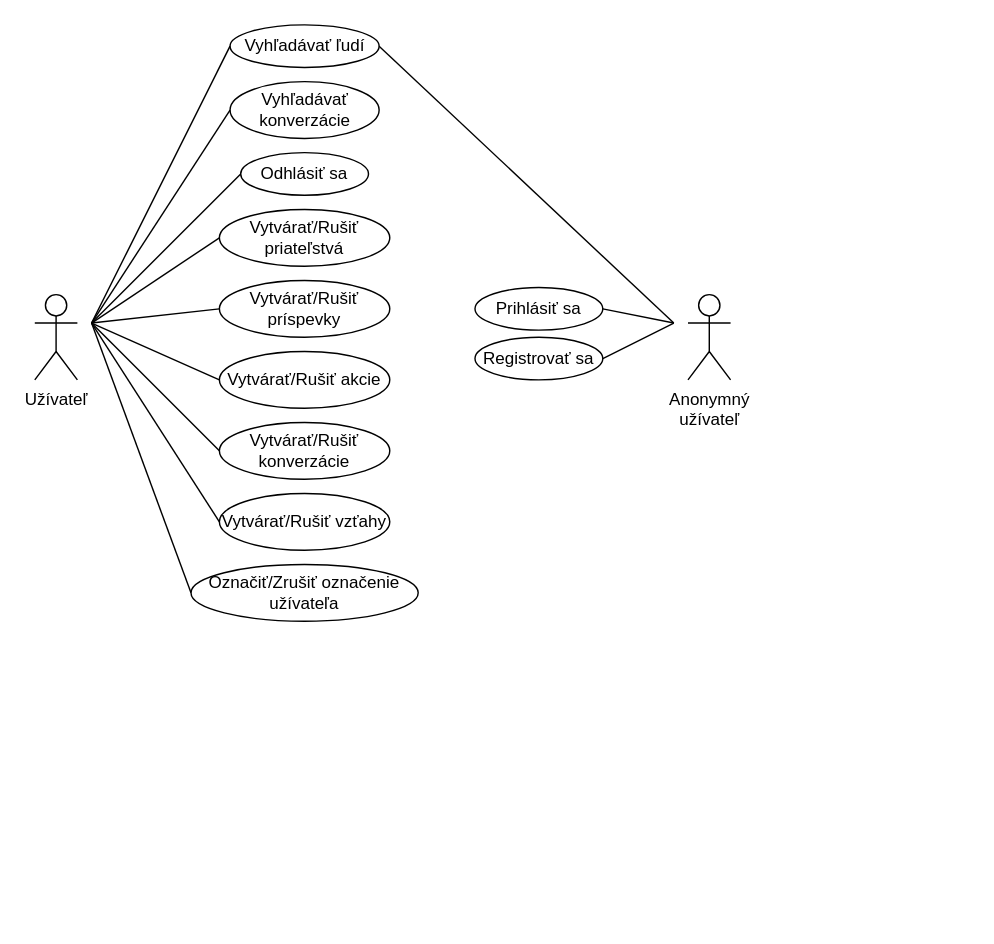
Earlier version of the draw.io diagram UseCaseDiagram.drawio.xml (BockajAndrej/IUS_project_1). Source tidied: cells renumbered, new cells numbered last; positions are measured from the earlier drawing's top-left corner, leaving out a move shared by most shapes. Both pictures are drawn from the tidied source at 142%, with x=0, y=0 at pixel (34, 24).
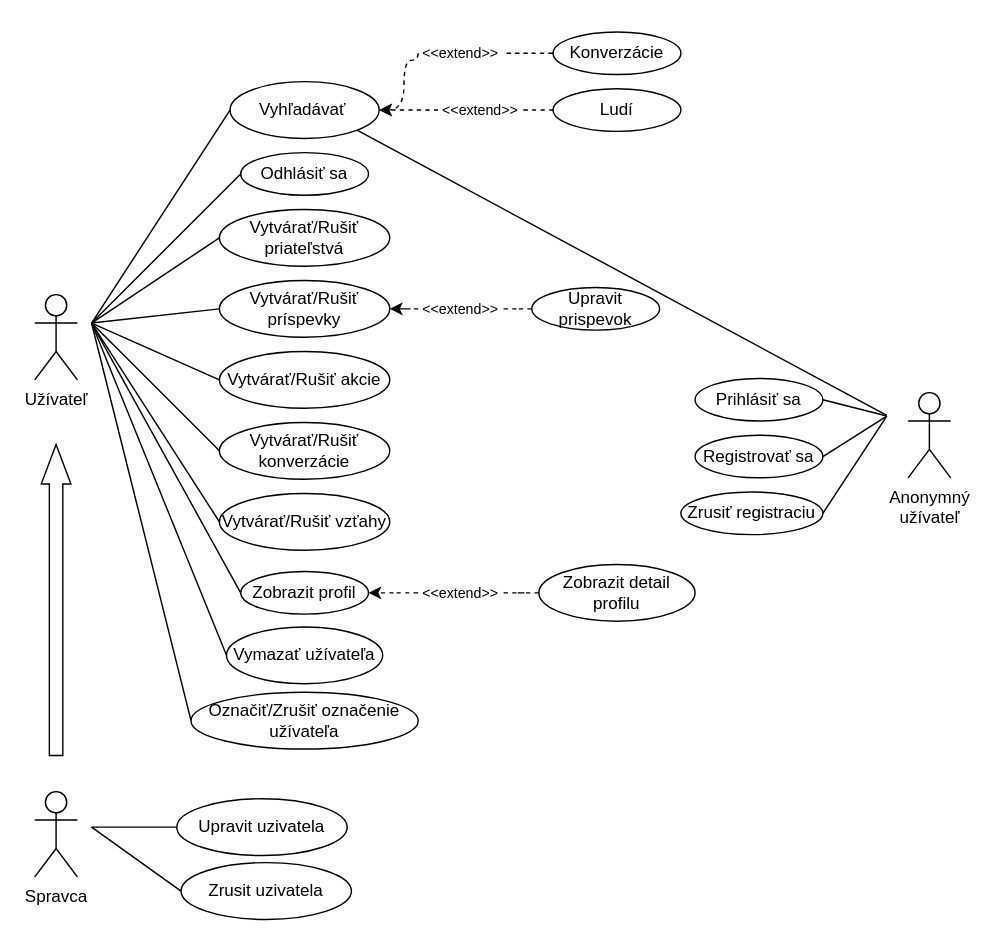
Above is the later version.

What changed in the source:
```diff
@@
-    <mxCell id="0" />
-    <mxCell id="1" parent="0" />
+    <mxCell id="27" />
+    <mxCell id="28" parent="27" />
-    <mxCell id="2" value="Užívateľ" style="shape=umlActor;verticalLabelPosition=bottom;verticalAlign=top;html=1;" parent="1" vertex="1">
+    <mxCell id="2" value="Užívateľ" style="shape=umlActor;verticalLabelPosition=bottom;verticalAlign=top;html=1;" parent="28" vertex="1">
       <mxGeometry y="190" width="30" height="60" as="geometry" />
     </mxCell>
-    <mxCell id="3" value="Vytvárať/Rušiť priateľstvá" style="ellipse;whiteSpace=wrap;html=1;" parent="1" vertex="1">
+    <mxCell id="3" value="Vytvárať/Rušiť priateľstvá" style="ellipse;whiteSpace=wrap;html=1;" parent="28" vertex="1">
       <mxGeometry x="130" y="130" width="120" height="40" as="geometry" />
     </mxCell>
-    <mxCell id="4" value="Vytvárať/Rušiť príspevky" style="ellipse;whiteSpace=wrap;html=1;" parent="1" vertex="1">
+    <mxCell id="4" value="Vytvárať/Rušiť príspevky" style="ellipse;whiteSpace=wrap;html=1;" parent="28" vertex="1">
       <mxGeometry x="130" y="180" width="120" height="40" as="geometry" />
     </mxCell>
-    <mxCell id="5" value="Vytvárať/Rušiť akcie" style="ellipse;whiteSpace=wrap;html=1;" parent="1" vertex="1">
+    <mxCell id="5" value="Vytvárať/Rušiť akcie" style="ellipse;whiteSpace=wrap;html=1;" parent="28" vertex="1">
       <mxGeometry x="130" y="230" width="120" height="40" as="geometry" />
     </mxCell>
-    <mxCell id="6" value="Vytvárať/Rušiť konverzácie" style="ellipse;whiteSpace=wrap;html=1;" parent="1" vertex="1">
+    <mxCell id="6" value="Vytvárať/Rušiť konverzácie" style="ellipse;whiteSpace=wrap;html=1;" parent="28" vertex="1">
       <mxGeometry x="130" y="280" width="120" height="40" as="geometry" />
     </mxCell>
-    <mxCell id="7" value="Vytvárať/Rušiť vzťahy" style="ellipse;whiteSpace=wrap;html=1;" parent="1" vertex="1">
+    <mxCell id="7" value="Vytvárať/Rušiť vzťahy" style="ellipse;whiteSpace=wrap;html=1;" parent="28" vertex="1">
       <mxGeometry x="130" y="330" width="120" height="40" as="geometry" />
     </mxCell>
-    <mxCell id="8" value="Označiť/Zrušiť označenie užívateľa" style="ellipse;whiteSpace=wrap;html=1;" parent="1" vertex="1">
-      <mxGeometry x="110" y="380" width="160" height="40" as="geometry" />
+    <mxCell id="8" value="Označiť/Zrušiť označenie užívateľa" style="ellipse;whiteSpace=wrap;html=1;" parent="28" vertex="1">
+      <mxGeometry x="110" y="470" width="160" height="40" as="geometry" />
     </mxCell>
-    <mxCell id="9" value="Anonymný &lt;br&gt;užívateľ" style="shape=umlActor;verticalLabelPosition=bottom;verticalAlign=top;html=1;" parent="1" vertex="1">
-      <mxGeometry x="460" y="190" width="30" height="60" as="geometry" />
+    <mxCell id="9" value="Anonymný &lt;br&gt;užívateľ" style="shape=umlActor;verticalLabelPosition=bottom;verticalAlign=top;html=1;" parent="28" vertex="1">
+      <mxGeometry x="615" y="259" width="30" height="60" as="geometry" />
     </mxCell>
-    <mxCell id="10" value="Odhlásiť sa" style="ellipse;whiteSpace=wrap;html=1;" parent="1" vertex="1">
+    <mxCell id="10" value="Odhlásiť sa" style="ellipse;whiteSpace=wrap;html=1;" parent="28" vertex="1">
       <mxGeometry x="145" y="90" width="90" height="30" as="geometry" />
     </mxCell>
-    <mxCell id="11" value="Prihlásiť sa" style="ellipse;whiteSpace=wrap;html=1;" parent="1" vertex="1">
-      <mxGeometry x="310" y="185" width="90" height="30" as="geometry" />
+    <mxCell id="11" value="Prihlásiť sa" style="ellipse;whiteSpace=wrap;html=1;" parent="28" vertex="1">
+      <mxGeometry x="465" y="249" width="90" height="30" as="geometry" />
     </mxCell>
-    <mxCell id="12" value="Registrovať sa" style="ellipse;whiteSpace=wrap;html=1;" parent="1" vertex="1">
-      <mxGeometry x="310" y="220" width="90" height="30" as="geometry" />
+    <mxCell id="12" value="Registrovať sa" style="ellipse;whiteSpace=wrap;html=1;" parent="28" vertex="1">
+      <mxGeometry x="465" y="289" width="90" height="30" as="geometry" />
     </mxCell>
-    <mxCell id="13" value="Vyhľadávať ľudí" style="ellipse;whiteSpace=wrap;html=1;" parent="1" vertex="1">
-      <mxGeometry x="137.5" width="105" height="30" as="geometry" />
-    </mxCell>
-    <mxCell id="14" value="Vyhľadávať konverzácie" style="ellipse;whiteSpace=wrap;html=1;" parent="1" vertex="1">
-      <mxGeometry x="137.5" y="40" width="105" height="40" as="geometry" />
-    </mxCell>
-    <mxCell id="15" style="endArrow=none;html=1;rounded=0;entryX=0;entryY=0.5;entryDx=0;entryDy=0;" parent="1" edge="1" target="13">
-      <mxGeometry relative="1" as="geometry">
-        <mxPoint x="40" y="210" as="sourcePoint" />
-      </mxGeometry>
-    </mxCell>
-    <mxCell id="16" style="endArrow=none;html=1;rounded=0;entryX=0;entryY=0.5;entryDx=0;entryDy=0;" parent="1" edge="1" target="14">
-      <mxGeometry relative="1" as="geometry">
-        <mxPoint x="40" y="210" as="sourcePoint" />
-      </mxGeometry>
-    </mxCell>
-    <mxCell id="17" style="endArrow=none;html=1;rounded=0;entryX=0;entryY=0.5;entryDx=0;entryDy=0;" parent="1" edge="1" target="10">
-      <mxGeometry relative="1" as="geometry">
-        <mxPoint x="40" y="210" as="sourcePoint" />
-      </mxGeometry>
-    </mxCell>
-    <mxCell id="18" style="endArrow=none;html=1;rounded=0;entryX=0;entryY=0.5;entryDx=0;entryDy=0;" parent="1" edge="1" target="3">
-      <mxGeometry relative="1" as="geometry">
-        <mxPoint x="40" y="210" as="sourcePoint" />
-      </mxGeometry>
-    </mxCell>
-    <mxCell id="19" style="endArrow=none;html=1;rounded=0;entryX=0;entryY=0.5;entryDx=0;entryDy=0;" parent="1" edge="1" target="4">
-      <mxGeometry relative="1" as="geometry">
-        <mxPoint x="40" y="210" as="sourcePoint" />
-      </mxGeometry>
-    </mxCell>
-    <mxCell id="20" style="endArrow=none;html=1;rounded=0;entryX=0;entryY=0.5;entryDx=0;entryDy=0;" parent="1" edge="1" target="5">
-      <mxGeometry relative="1" as="geometry">
-        <mxPoint x="40" y="210" as="sourcePoint" />
-      </mxGeometry>
-    </mxCell>
-    <mxCell id="21" style="endArrow=none;html=1;rounded=0;entryX=0;entryY=0.5;entryDx=0;entryDy=0;" parent="1" edge="1" target="6">
-      <mxGeometry relative="1" as="geometry">
-        <mxPoint x="40" y="210" as="sourcePoint" />
-      </mxGeometry>
-    </mxCell>
-    <mxCell id="22" style="endArrow=none;html=1;rounded=0;entryX=0;entryY=0.5;entryDx=0;entryDy=0;" parent="1" edge="1" target="7">
-      <mxGeometry relative="1" as="geometry">
-        <mxPoint x="40" y="210" as="sourcePoint" />
-      </mxGeometry>
-    </mxCell>
-    <mxCell id="23" style="endArrow=none;html=1;rounded=0;entryX=0;entryY=0.5;entryDx=0;entryDy=0;" parent="1" edge="1" target="8">
-      <mxGeometry relative="1" as="geometry">
-        <mxPoint x="40" y="210" as="sourcePoint" />
-      </mxGeometry>
-    </mxCell>
-    <mxCell id="24" style="endArrow=none;html=1;rounded=0;exitX=1;exitY=0.5;exitDx=0;exitDy=0;" parent="1" edge="1" source="11">
-      <mxGeometry relative="1" as="geometry">
-        <mxPoint x="450" y="210" as="targetPoint" />
-      </mxGeometry>
-    </mxCell>
-    <mxCell id="25" style="endArrow=none;html=1;rounded=0;exitX=1;exitY=0.5;exitDx=0;exitDy=0;" parent="1" edge="1" source="12">
-      <mxGeometry relative="1" as="geometry">
-        <mxPoint x="450" y="210" as="targetPoint" />
-      </mxGeometry>
-    </mxCell>
-    <mxCell id="26" style="endArrow=none;html=1;rounded=0;exitX=1;exitY=0.5;exitDx=0;exitDy=0;" parent="1" edge="1" source="13">
-      <mxGeometry relative="1" as="geometry">
-        <mxPoint x="450" y="210" as="targetPoint" />
-      </mxGeometry>
-    </mxCell>
+    <mxCell id="29" value="Vyhľadávať&amp;nbsp;" style="ellipse;whiteSpace=wrap;html=1;" parent="28" vertex="1">
+      <mxGeometry x="137.5" y="40" width="105" height="40" as="geometry" />
+    </mxCell>
+    <mxCell id="30" style="endArrow=none;html=1;rounded=0;entryX=0;entryY=0.5;entryDx=0;entryDy=0;" parent="28" edge="1" target="29">
+      <mxGeometry relative="1" as="geometry">
+        <mxPoint x="40" y="210" as="sourcePoint" />
+      </mxGeometry>
+    </mxCell>
+    <mxCell id="31" style="endArrow=none;html=1;rounded=0;entryX=0;entryY=0.5;entryDx=0;entryDy=0;" parent="28" edge="1" target="10">
+      <mxGeometry relative="1" as="geometry">
+        <mxPoint x="40" y="210" as="sourcePoint" />
+      </mxGeometry>
+    </mxCell>
+    <mxCell id="32" style="endArrow=none;html=1;rounded=0;entryX=0;entryY=0.5;entryDx=0;entryDy=0;" parent="28" edge="1" target="3">
+      <mxGeometry relative="1" as="geometry">
+        <mxPoint x="40" y="210" as="sourcePoint" />
+      </mxGeometry>
+    </mxCell>
+    <mxCell id="33" style="endArrow=none;html=1;rounded=0;entryX=0;entryY=0.5;entryDx=0;entryDy=0;" parent="28" edge="1" target="4">
+      <mxGeometry relative="1" as="geometry">
+        <mxPoint x="40" y="210" as="sourcePoint" />
+      </mxGeometry>
+    </mxCell>
+    <mxCell id="34" style="endArrow=none;html=1;rounded=0;entryX=0;entryY=0.5;entryDx=0;entryDy=0;" parent="28" edge="1" target="5">
+      <mxGeometry relative="1" as="geometry">
+        <mxPoint x="40" y="210" as="sourcePoint" />
+      </mxGeometry>
+    </mxCell>
+    <mxCell id="35" style="endArrow=none;html=1;rounded=0;entryX=0;entryY=0.5;entryDx=0;entryDy=0;" parent="28" edge="1" target="6">
+      <mxGeometry relative="1" as="geometry">
+        <mxPoint x="40" y="210" as="sourcePoint" />
+      </mxGeometry>
+    </mxCell>
+    <mxCell id="36" style="endArrow=none;html=1;rounded=0;entryX=0;entryY=0.5;entryDx=0;entryDy=0;" parent="28" edge="1" target="7">
+      <mxGeometry relative="1" as="geometry">
+        <mxPoint x="40" y="210" as="sourcePoint" />
+      </mxGeometry>
+    </mxCell>
+    <mxCell id="37" style="endArrow=none;html=1;rounded=0;entryX=0;entryY=0.5;entryDx=0;entryDy=0;" parent="28" edge="1" target="8">
+      <mxGeometry relative="1" as="geometry">
+        <mxPoint x="40" y="210" as="sourcePoint" />
+      </mxGeometry>
+    </mxCell>
+    <mxCell id="38" style="endArrow=none;html=1;rounded=0;exitX=1;exitY=0.5;exitDx=0;exitDy=0;" parent="28" edge="1" source="11">
+      <mxGeometry relative="1" as="geometry">
+        <mxPoint x="600" y="275.5" as="targetPoint" />
+      </mxGeometry>
+    </mxCell>
+    <mxCell id="39" style="endArrow=none;html=1;rounded=0;exitX=1;exitY=0.5;exitDx=0;exitDy=0;" parent="28" edge="1" source="12">
+      <mxGeometry relative="1" as="geometry">
+        <mxPoint x="600" y="275.5" as="targetPoint" />
+      </mxGeometry>
+    </mxCell>
+    <mxCell id="40" style="rounded=0;jettySize=auto;html=1;exitX=1;exitY=0.5;exitDx=0;exitDy=0;endArrow=none;endFill=0;" parent="28" edge="1" source="41">
+      <mxGeometry relative="1" as="geometry">
+        <mxPoint x="600" y="275.5" as="targetPoint" />
+      </mxGeometry>
+    </mxCell>
+    <mxCell id="41" value="Zrusiť registraciu" style="ellipse;whiteSpace=wrap;html=1;" parent="28" vertex="1">
+      <mxGeometry x="455" y="329" width="100" height="30" as="geometry" />
+    </mxCell>
+    <mxCell id="42" style="rounded=0;jettySize=auto;html=1;endArrow=none;endFill=0;exitX=0;exitY=0.5;exitDx=0;exitDy=0;" parent="28" edge="1" source="43">
+      <mxGeometry relative="1" as="geometry">
+        <mxPoint x="40" y="210" as="targetPoint" />
+      </mxGeometry>
+    </mxCell>
+    <mxCell id="43" value="Vymazať užívateľa" style="ellipse;whiteSpace=wrap;html=1;" parent="28" vertex="1">
+      <mxGeometry x="135" y="424" width="110" height="40" as="geometry" />
+    </mxCell>
+    <mxCell id="44" style="edgeStyle=orthogonalEdgeStyle;rounded=0;jettySize=auto;html=1;entryX=1;entryY=0.5;entryDx=0;entryDy=0;curved=1;dashed=1;exitX=0;exitY=0.5;exitDx=0;exitDy=0;" parent="28" edge="1" source="59" target="29">
+      <mxGeometry relative="1" as="geometry">
+        <Array as="points">
+          <mxPoint x="260" y="25" />
+          <mxPoint x="260" y="60" />
+        </Array>
+      </mxGeometry>
+    </mxCell>
+    <mxCell id="45" value="Konverzácie" style="ellipse;whiteSpace=wrap;html=1;" parent="28" vertex="1">
+      <mxGeometry x="365" y="5" width="90" height="30" as="geometry" />
+    </mxCell>
+    <mxCell id="46" style="edgeStyle=orthogonalEdgeStyle;rounded=0;jettySize=auto;html=1;exitX=0;exitY=0.5;exitDx=0;exitDy=0;entryX=1;entryY=0.5;entryDx=0;entryDy=0;curved=1;dashed=1;" parent="28" edge="1" source="57" target="29">
+      <mxGeometry relative="1" as="geometry">
+        <Array as="points">
+          <mxPoint x="270" y="60" />
+          <mxPoint x="270" y="60" />
+        </Array>
+      </mxGeometry>
+    </mxCell>
+    <mxCell id="47" value="Ludí" style="ellipse;whiteSpace=wrap;html=1;" parent="28" vertex="1">
+      <mxGeometry x="365" y="45" width="90" height="30" as="geometry" />
+    </mxCell>
+    <mxCell id="48" style="edgeStyle=orthogonalEdgeStyle;rounded=0;jettySize=auto;html=1;entryX=1;entryY=0.5;entryDx=0;entryDy=0;curved=1;dashed=1;" parent="28" edge="1" source="55" target="4">
+      <mxGeometry relative="1" as="geometry" />
+    </mxCell>
+    <mxCell id="49" value="Upravit prispevok" style="ellipse;whiteSpace=wrap;html=1;" parent="28" vertex="1">
+      <mxGeometry x="350" y="185" width="90" height="30" as="geometry" />
+    </mxCell>
+    <mxCell id="50" style="rounded=0;jettySize=auto;html=1;endArrow=none;endFill=0;exitX=0;exitY=0.5;exitDx=0;exitDy=0;" parent="28" edge="1" source="51">
+      <mxGeometry relative="1" as="geometry">
+        <mxPoint x="40" y="210" as="targetPoint" />
+      </mxGeometry>
+    </mxCell>
+    <mxCell id="51" value="Zobrazit profil" style="ellipse;whiteSpace=wrap;html=1;" parent="28" vertex="1">
+      <mxGeometry x="145" y="385" width="90" height="30" as="geometry" />
+    </mxCell>
+    <mxCell id="52" style="edgeStyle=orthogonalEdgeStyle;rounded=0;jettySize=auto;html=1;entryX=1;entryY=0.5;entryDx=0;entryDy=0;curved=1;dashed=1;" parent="28" edge="1" source="65" target="51">
+      <mxGeometry relative="1" as="geometry" />
+    </mxCell>
+    <mxCell id="53" value="Zobrazit detail profilu" style="ellipse;whiteSpace=wrap;html=1;" parent="28" vertex="1">
+      <mxGeometry x="355" y="380" width="110" height="40" as="geometry" />
+    </mxCell>
+    <mxCell id="54" style="edgeStyle=orthogonalEdgeStyle;rounded=0;jettySize=auto;html=1;entryX=1;entryY=0.5;entryDx=0;entryDy=0;curved=1;dashed=1;endArrow=none;endFill=0;" parent="28" edge="1" source="49" target="55">
+      <mxGeometry relative="1" as="geometry" />
+    </mxCell>
+    <mxCell id="55" value="&amp;lt;&amp;lt;extend&amp;gt;&amp;gt;" style="text;strokeColor=none;align=center;fillColor=none;html=1;verticalAlign=middle;whiteSpace=wrap;rounded=0;fontSize=10;" parent="28" vertex="1">
+      <mxGeometry x="270" y="185" width="60" height="30" as="geometry" />
+    </mxCell>
+    <mxCell id="56" style="edgeStyle=orthogonalEdgeStyle;rounded=0;jettySize=auto;html=1;exitX=0;exitY=0.5;exitDx=0;exitDy=0;entryX=1;entryY=0.5;entryDx=0;entryDy=0;curved=1;dashed=1;endArrow=none;endFill=0;" parent="28" edge="1" source="47" target="57">
+      <mxGeometry relative="1" as="geometry" />
+    </mxCell>
+    <mxCell id="57" value="&amp;lt;&amp;lt;extend&amp;gt;&amp;gt;" style="text;strokeColor=none;align=center;fillColor=none;html=1;verticalAlign=middle;whiteSpace=wrap;rounded=0;fontSize=10;" parent="28" vertex="1">
+      <mxGeometry x="284" y="45" width="60" height="30" as="geometry" />
+    </mxCell>
+    <mxCell id="58" style="edgeStyle=orthogonalEdgeStyle;rounded=0;jettySize=auto;html=1;entryX=1;entryY=0.5;entryDx=0;entryDy=0;curved=1;dashed=1;endArrow=none;endFill=0;" parent="28" edge="1" source="45" target="59">
+      <mxGeometry relative="1" as="geometry" />
+    </mxCell>
+    <mxCell id="59" value="&amp;lt;&amp;lt;extend&amp;gt;&amp;gt;" style="text;strokeColor=none;align=center;fillColor=none;html=1;verticalAlign=middle;whiteSpace=wrap;rounded=0;fontSize=10;" parent="28" vertex="1">
+      <mxGeometry x="270" y="5" width="60" height="30" as="geometry" />
+    </mxCell>
+    <mxCell id="60" value="Spravca" style="shape=umlActor;verticalLabelPosition=bottom;verticalAlign=top;html=1;" parent="28" vertex="1">
+      <mxGeometry y="540" width="30" height="60" as="geometry" />
+    </mxCell>
+    <mxCell id="61" value="Upravit uzivatela" style="ellipse;whiteSpace=wrap;html=1;" parent="28" vertex="1">
+      <mxGeometry x="100" y="545" width="120" height="40" as="geometry" />
+    </mxCell>
+    <mxCell id="62" value="Zrusit uzivatela" style="ellipse;whiteSpace=wrap;html=1;" parent="28" vertex="1">
+      <mxGeometry x="103" y="590" width="120" height="40" as="geometry" />
+    </mxCell>
+    <mxCell id="63" style="shape=flexArrow;endArrow=classic;html=1;rounded=0;width=9.473684210526315;endSize=8.948936170212766;endWidth=10.436730123180292;" parent="28" edge="1">
+      <mxGeometry relative="1" as="geometry">
+        <mxPoint x="15" y="515" as="sourcePoint" />
+        <mxPoint x="15" y="295" as="targetPoint" />
+      </mxGeometry>
+    </mxCell>
+    <mxCell id="64" style="edgeStyle=orthogonalEdgeStyle;rounded=0;jettySize=auto;html=1;entryX=1;entryY=0.5;entryDx=0;entryDy=0;curved=1;dashed=1;endArrow=none;endFill=0;" parent="28" edge="1" source="53" target="65">
+      <mxGeometry relative="1" as="geometry" />
+    </mxCell>
+    <mxCell id="65" value="&amp;lt;&amp;lt;extend&amp;gt;&amp;gt;" style="text;strokeColor=none;align=center;fillColor=none;html=1;verticalAlign=middle;whiteSpace=wrap;rounded=0;fontSize=10;" parent="28" vertex="1">
+      <mxGeometry x="270" y="385" width="60" height="30" as="geometry" />
+    </mxCell>
+    <mxCell id="66" style="endArrow=none;html=1;rounded=0;entryX=0;entryY=0.5;entryDx=0;entryDy=0;" parent="28" edge="1" target="61">
+      <mxGeometry relative="1" as="geometry">
+        <mxPoint x="40" y="565" as="sourcePoint" />
+      </mxGeometry>
+    </mxCell>
+    <mxCell id="67" style="endArrow=none;html=1;rounded=0;entryX=0;entryY=0.5;entryDx=0;entryDy=0;" parent="28" edge="1" target="62">
+      <mxGeometry relative="1" as="geometry">
+        <mxPoint x="40" y="565" as="sourcePoint" />
+      </mxGeometry>
+    </mxCell>
+    <mxCell id="68" style="endArrow=none;html=1;rounded=0;exitX=1;exitY=1;exitDx=0;exitDy=0;" parent="28" edge="1" source="29">
+      <mxGeometry relative="1" as="geometry">
+        <mxPoint x="600" y="275" as="targetPoint" />
+      </mxGeometry>
+    </mxCell>
```
